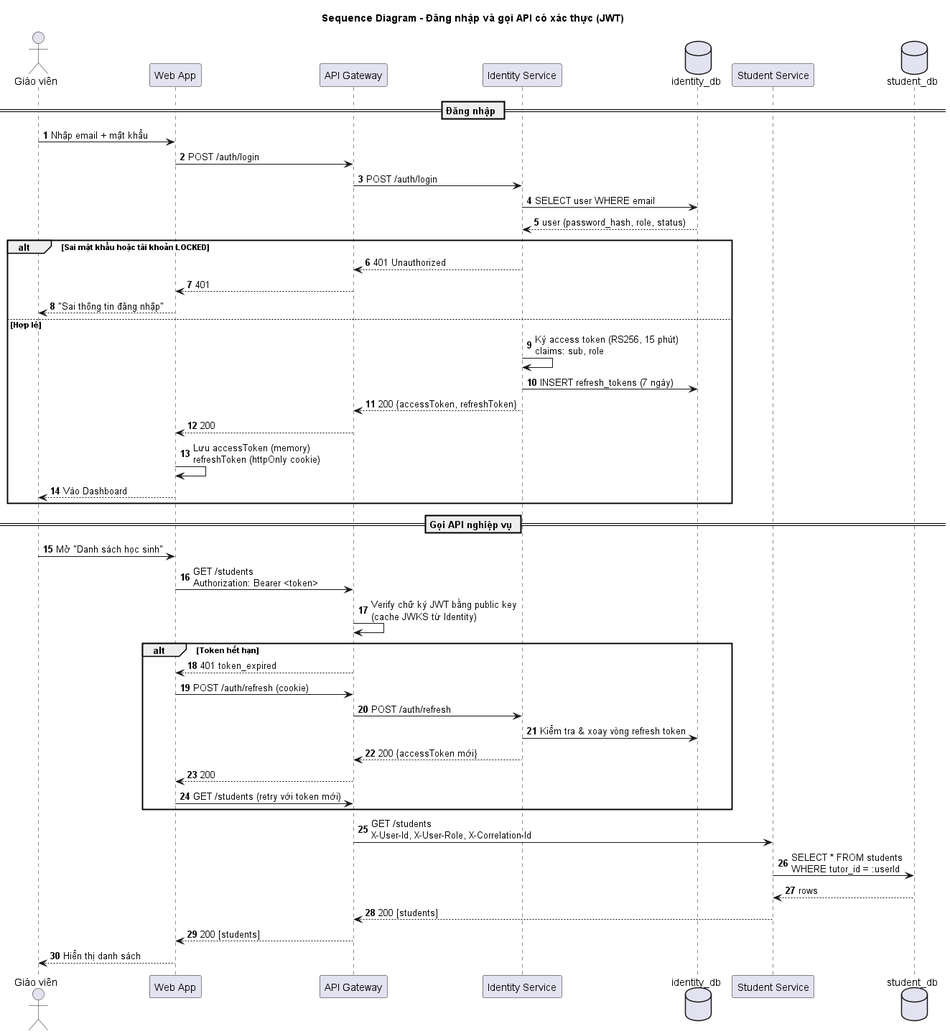
thuanbui-1203/private-tutor-management-system keeps this PlantUML diagram as docs/diagrams/out/06-sequence-login.png. Above is the earlier version. Source of this version:
```plantuml
@startuml 06-sequence-login
title Sequence Diagram - Đăng nhập và gọi API có xác thực (JWT)
autonumber
skinparam responseMessageBelowArrow true

actor "Giáo viên" as U
participant "Web App" as Web
participant "API Gateway" as GW
participant "Identity Service" as Id
database "identity_db" as IdDB
participant "Student Service" as St
database "student_db" as StDB

== Đăng nhập ==
U -> Web : Nhập email + mật khẩu
Web -> GW : POST /auth/login
GW -> Id : POST /auth/login
Id -> IdDB : SELECT user WHERE email
IdDB --> Id : user (password_hash, role, status)
alt Sai mật khẩu hoặc tài khoản LOCKED
  Id --> GW : 401 Unauthorized
  GW --> Web : 401
  Web --> U : "Sai thông tin đăng nhập"
else Hợp lệ
  Id -> Id : Ký access token (RS256, 15 phút)\nclaims: sub, role
  Id -> IdDB : INSERT refresh_tokens (7 ngày)
  Id --> GW : 200 {accessToken, refreshToken}
  GW --> Web : 200
  Web -> Web : Lưu accessToken (memory)\nrefreshToken (httpOnly cookie)
  Web --> U : Vào Dashboard
end

== Gọi API nghiệp vụ ==
U -> Web : Mở "Danh sách học sinh"
Web -> GW : GET /students\nAuthorization: Bearer <token>
GW -> GW : Verify chữ ký JWT bằng public key\n(cache JWKS từ Identity)
alt Token hết hạn
  GW --> Web : 401 token_expired
  Web -> GW : POST /auth/refresh (cookie)
  GW -> Id : POST /auth/refresh
  Id -> IdDB : Kiểm tra & xoay vòng refresh token
  Id --> GW : 200 {accessToken mới}
  GW --> Web : 200
  Web -> GW : GET /students (retry với token mới)
end
GW -> St : GET /students\nX-User-Id, X-User-Role, X-Correlation-Id
St -> StDB : SELECT * FROM students\nWHERE tutor_id = :userId
StDB --> St : rows
St --> GW : 200 [students]
GW --> Web : 200 [students]
Web --> U : Hiển thị danh sách

@enduml
```
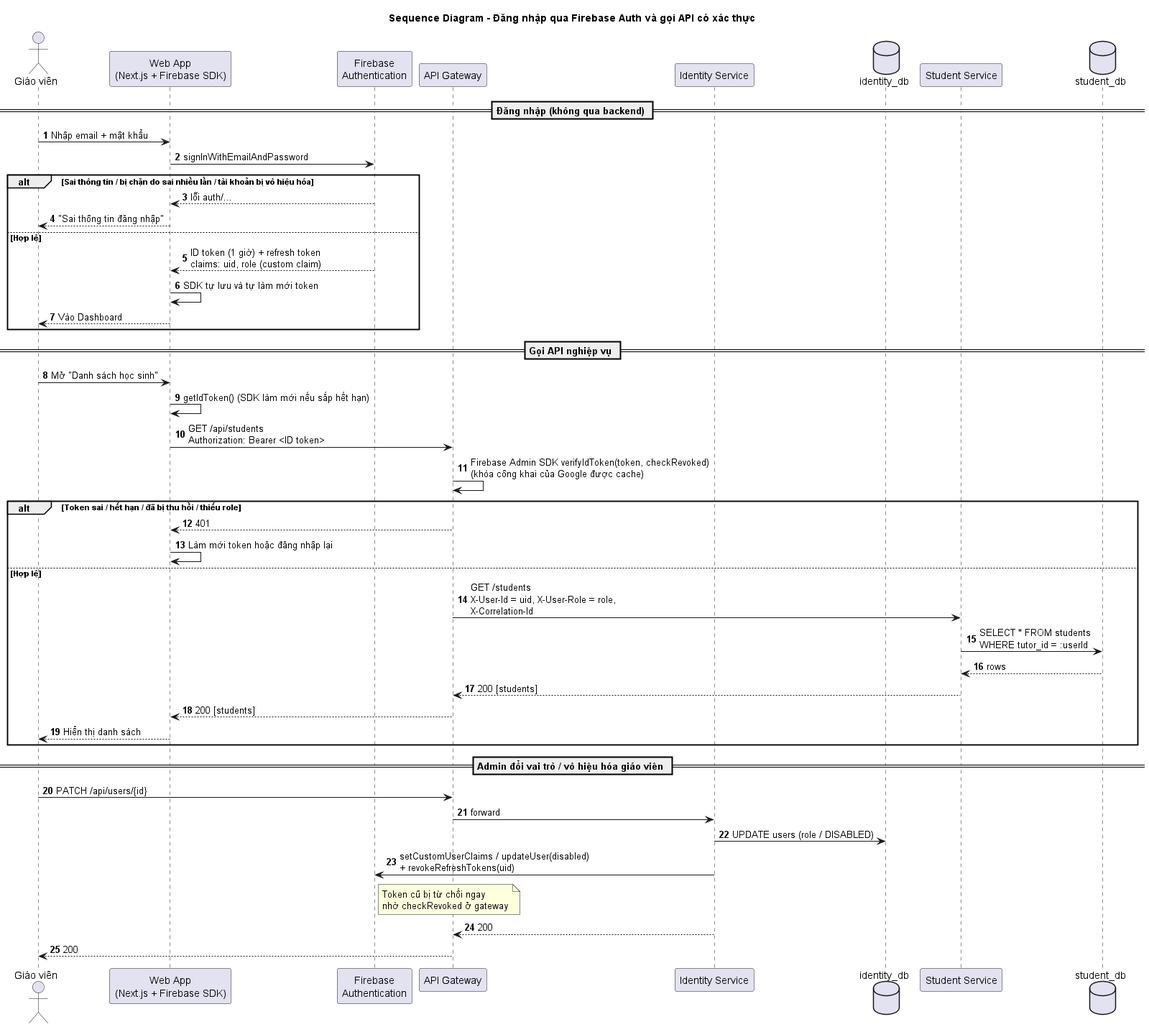
The same file after the commit.

Change to the diagram source:
```diff
@@ -1,53 +1,53 @@
 @startuml 06-sequence-login
-title Sequence Diagram - Đăng nhập và gọi API có xác thực (JWT)
+title Sequence Diagram - Đăng nhập qua Firebase Auth và gọi API có xác thực
 autonumber
 skinparam responseMessageBelowArrow true
 
 actor "Giáo viên" as U
-participant "Web App" as Web
+participant "Web App\n(Next.js + Firebase SDK)" as Web
+participant "Firebase\nAuthentication" as FB
 participant "API Gateway" as GW
 participant "Identity Service" as Id
 database "identity_db" as IdDB
 participant "Student Service" as St
 database "student_db" as StDB
 
-== Đăng nhập ==
+== Đăng nhập (không qua backend) ==
 U -> Web : Nhập email + mật khẩu
-Web -> GW : POST /auth/login
-GW -> Id : POST /auth/login
-Id -> IdDB : SELECT user WHERE email
-IdDB --> Id : user (password_hash, role, status)
-alt Sai mật khẩu hoặc tài khoản LOCKED
-  Id --> GW : 401 Unauthorized
-  GW --> Web : 401
+Web -> FB : signInWithEmailAndPassword
+alt Sai thông tin / bị chặn do sai nhiều lần / tài khoản bị vô hiệu hóa
+  FB --> Web : lỗi auth/...
   Web --> U : "Sai thông tin đăng nhập"
 else Hợp lệ
-  Id -> Id : Ký access token (RS256, 15 phút)\nclaims: sub, role
-  Id -> IdDB : INSERT refresh_tokens (7 ngày)
-  Id --> GW : 200 {accessToken, refreshToken}
-  GW --> Web : 200
-  Web -> Web : Lưu accessToken (memory)\nrefreshToken (httpOnly cookie)
+  FB --> Web : ID token (1 giờ) + refresh token\nclaims: uid, role (custom claim)
+  Web -> Web : SDK tự lưu và tự làm mới token
   Web --> U : Vào Dashboard
 end
 
 == Gọi API nghiệp vụ ==
 U -> Web : Mở "Danh sách học sinh"
-Web -> GW : GET /students\nAuthorization: Bearer <token>
-GW -> GW : Verify chữ ký JWT bằng public key\n(cache JWKS từ Identity)
-alt Token hết hạn
-  GW --> Web : 401 token_expired
-  Web -> GW : POST /auth/refresh (cookie)
-  GW -> Id : POST /auth/refresh
-  Id -> IdDB : Kiểm tra & xoay vòng refresh token
-  Id --> GW : 200 {accessToken mới}
-  GW --> Web : 200
-  Web -> GW : GET /students (retry với token mới)
+Web -> Web : getIdToken() (SDK làm mới nếu sắp hết hạn)
+Web -> GW : GET /api/students\nAuthorization: Bearer <ID token>
+GW -> GW : Firebase Admin SDK verifyIdToken(token, checkRevoked)\n(khóa công khai của Google được cache)
+alt Token sai / hết hạn / đã bị thu hồi / thiếu role
+  GW --> Web : 401
+  Web -> Web : Làm mới token hoặc đăng nhập lại
+else Hợp lệ
+  GW -> St : GET /students\nX-User-Id = uid, X-User-Role = role,\nX-Correlation-Id
+  St -> StDB : SELECT * FROM students\nWHERE tutor_id = :userId
+  StDB --> St : rows
+  St --> GW : 200 [students]
+  GW --> Web : 200 [students]
+  Web --> U : Hiển thị danh sách
 end
-GW -> St : GET /students\nX-User-Id, X-User-Role, X-Correlation-Id
-St -> StDB : SELECT * FROM students\nWHERE tutor_id = :userId
-StDB --> St : rows
-St --> GW : 200 [students]
-GW --> Web : 200 [students]
-Web --> U : Hiển thị danh sách
+
+== Admin đổi vai trò / vô hiệu hóa giáo viên ==
+U -> GW : PATCH /api/users/{id}
+GW -> Id : forward
+Id -> IdDB : UPDATE users (role / DISABLED)
+Id -> FB : setCustomUserClaims / updateUser(disabled)\n+ revokeRefreshTokens(uid)
+note right of FB : Token cũ bị từ chối ngay\nnhờ checkRevoked ở gateway
+Id --> GW : 200
+GW --> U : 200
 
 @enduml
```
